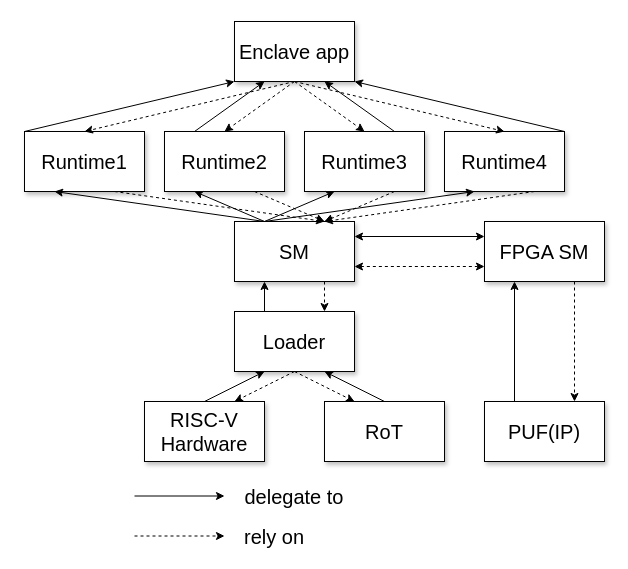
Zou1c/tmp keeps this draw.io diagram as page "trustChain" (3 of 7) of saber.drawio. Above is the earlier version. Source tidied: cells renumbered, new cells numbered last; positions are measured from the earlier drawing's top-left corner, leaving out a move shared by most shapes. Both pictures are drawn from the tidied source at 100%, with x=0, y=0 at pixel (24, 21).
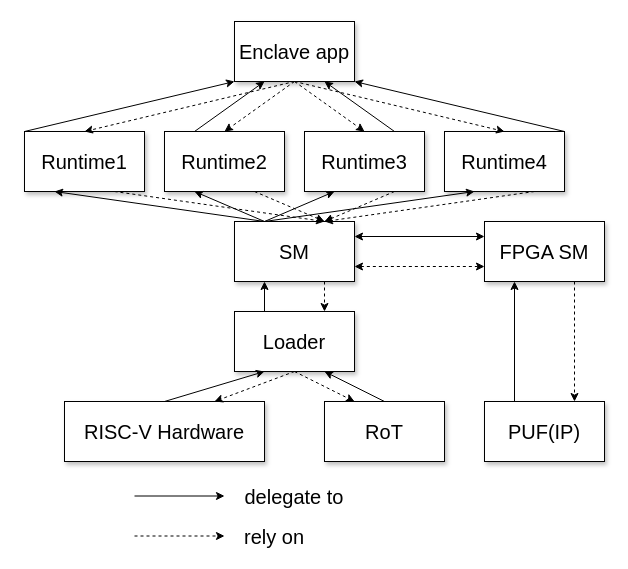
Above is the later version.

Unchanged cells that the change refers to:
```xml
<mxCell id="4" value="Loader" style="rounded=0;whiteSpace=wrap;html=1;shadow=1;fontSize=20;" parent="1" vertex="1">
  <mxGeometry x="210" y="290" width="120" height="60" as="geometry" />
</mxCell>
```

Diff of the diagram source:
```diff
@@
-    <mxCell id="2" value="&lt;div&gt;RISC-V&lt;/div&gt;Hardware" style="rounded=0;whiteSpace=wrap;html=1;shadow=1;fontSize=20;" parent="1" vertex="1">
-      <mxGeometry x="120" y="380" width="120" height="60" as="geometry" />
+    <mxCell id="2" value="&lt;div&gt;RISC-V&amp;nbsp;&lt;span style=&quot;background-color: transparent; color: light-dark(rgb(0, 0, 0), rgb(255, 255, 255));&quot;&gt;Hardware&lt;/span&gt;&lt;/div&gt;" style="rounded=0;whiteSpace=wrap;html=1;shadow=1;fontSize=20;" parent="1" vertex="1">
+      <mxGeometry x="40" y="380" width="200" height="60" as="geometry" />
     </mxCell>
@@
-    <mxCell id="5" style="endArrow=classic;html=1;rounded=0;entryX=0.25;entryY=1;entryDx=0;entryDy=0;" parent="1" edge="1" target="4">
-      <mxGeometry relative="1" as="geometry">
-        <mxPoint x="180" y="380" as="sourcePoint" />
-      </mxGeometry>
+    <mxCell id="5" style="endArrow=classic;html=1;rounded=0;entryX=0.25;entryY=1;entryDx=0;entryDy=0;exitX=0.5;exitY=0;exitDx=0;exitDy=0;" parent="1" edge="1" source="2" target="4">
+      <mxGeometry relative="1" as="geometry" />
     </mxCell>
```
